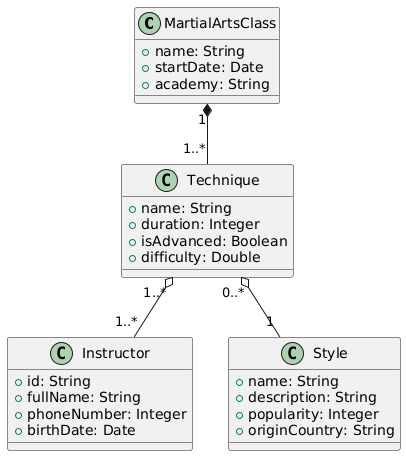
Before: docs/art_martial_model.png, a diagram exported from PlantUML (miw-upm/apaw-practice).
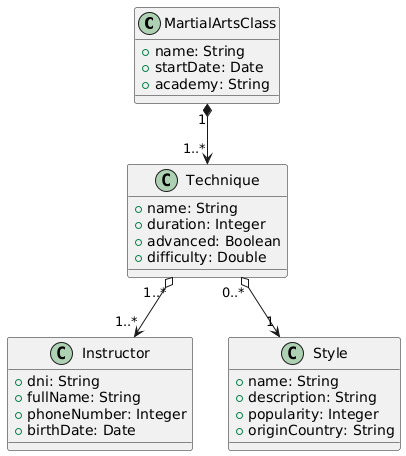
The same file after the commit.

Commit message:
Relationships in domain model and classes are corrected issue #824

Change to the diagram source:
```diff
@@ -11,12 +11,12 @@
 class Technique {
     + name: String
     + duration: Integer
-    + isAdvanced: Boolean
+    + advanced: Boolean
     + difficulty: Double
 }
 
 class Instructor {
-    + id: String
+    + dni: String
     + fullName: String
     + phoneNumber: Integer
     + birthDate: LocalDate
@@ -29,7 +29,7 @@
     + originCountry: String
 }
 
-MartialArtsClass "1" *-- "1..*" Technique
-Technique "1..*" o-- "1..*" Instructor
-Technique "0..*" o-- "1" Style
+MartialArtsClass "1" *--> "1..*" Technique
+Technique "1..*" o-->"1..*" Instructor
+Technique "0..*" o-->"1" Style
 @enduml
```
